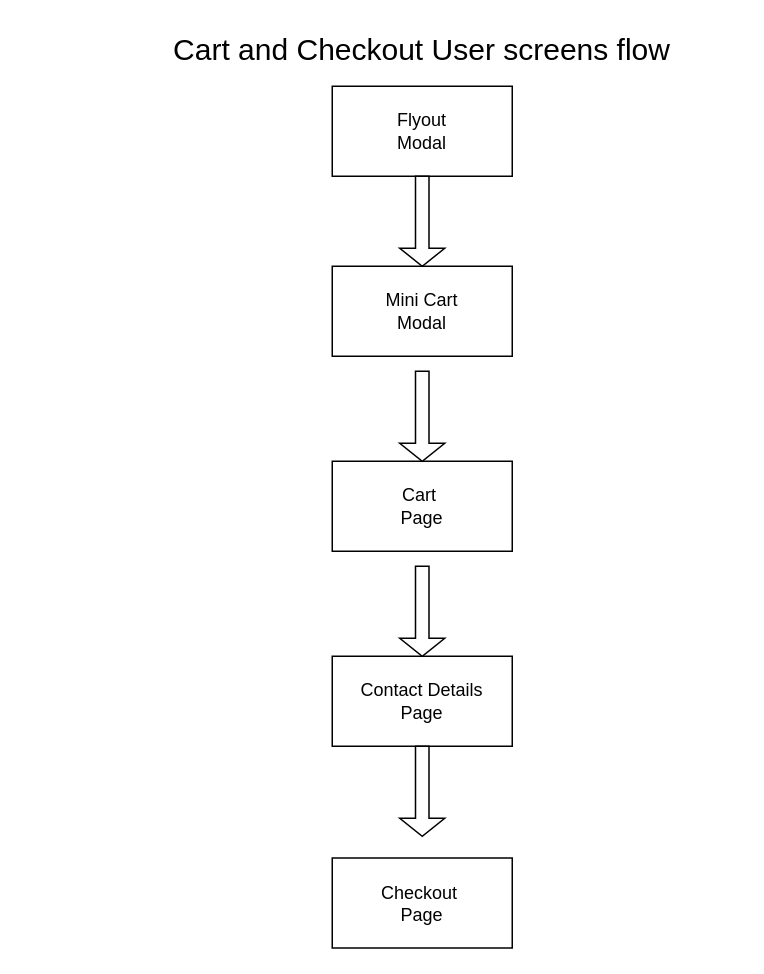
balramsinghindia/architecture-diagrams keeps this draw.io diagram as Untitled Diagram.drawio. Above is the earlier version. Source tidied: cells renumbered, new cells numbered last; positions are measured from the earlier drawing's top-left corner, leaving out a move shared by most shapes. Both pictures are drawn from the tidied source at 150%, with x=0, y=0 at pixel (106, 26).
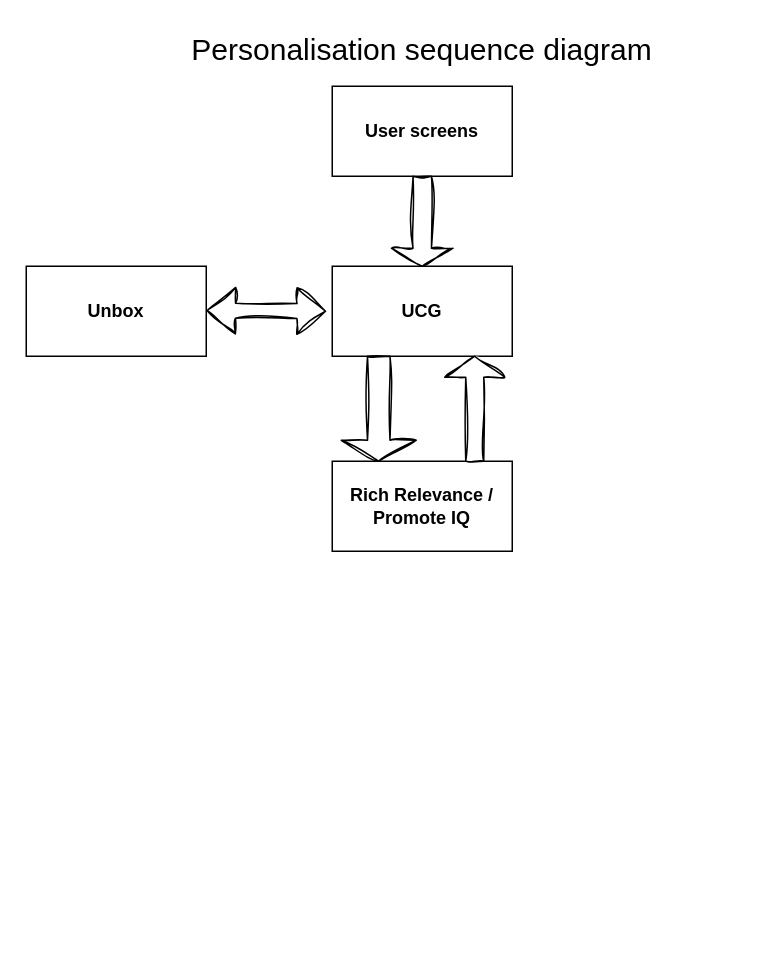
After the change.

What changed in the source:
```diff
@@
 <mxGraphModel>
   <root>
     <mxCell id="0" />
     <mxCell id="1" parent="0" />
-    <mxCell id="2" value="Flyout &lt;br&gt;Modal" style="rounded=0;whiteSpace=wrap;html=1;" parent="1" vertex="1">
+    <mxCell id="2" value="&lt;b&gt;User screens&lt;/b&gt;" style="rounded=0;whiteSpace=wrap;html=1;" parent="1" vertex="1">
       <mxGeometry x="150" y="40" width="120" height="60" as="geometry" />
     </mxCell>
-    <mxCell id="3" value="Mini Cart&lt;br&gt;Modal" style="rounded=0;whiteSpace=wrap;html=1;" parent="1" vertex="1">
+    <mxCell id="3" value="&lt;b&gt;UCG&lt;/b&gt;" style="rounded=0;whiteSpace=wrap;html=1;" parent="1" vertex="1">
       <mxGeometry x="150" y="160" width="120" height="60" as="geometry" />
     </mxCell>
-    <mxCell id="4" value="Cart&amp;nbsp;&lt;br&gt;Page" style="rounded=0;whiteSpace=wrap;html=1;" parent="1" vertex="1">
+    <mxCell id="4" value="&lt;b&gt;Rich Relevance / Promote IQ&lt;/b&gt;" style="rounded=0;whiteSpace=wrap;html=1;" parent="1" vertex="1">
       <mxGeometry x="150" y="290" width="120" height="60" as="geometry" />
     </mxCell>
-    <mxCell id="5" value="Contact Details&lt;br&gt;Page" style="rounded=0;whiteSpace=wrap;html=1;" parent="1" vertex="1">
-      <mxGeometry x="150" y="420" width="120" height="60" as="geometry" />
-    </mxCell>
-    <mxCell id="6" value="Checkout&amp;nbsp;&lt;br&gt;Page" style="rounded=0;whiteSpace=wrap;html=1;" parent="1" vertex="1">
-      <mxGeometry x="150" y="554.5" width="120" height="60" as="geometry" />
-    </mxCell>
-    <mxCell id="7" style="shape=singleArrow;direction=south;whiteSpace=wrap;html=1;" parent="1" vertex="1">
-      <mxGeometry x="195" y="230" width="30" height="60" as="geometry" />
-    </mxCell>
-    <mxCell id="8" style="shape=singleArrow;direction=south;whiteSpace=wrap;html=1;" parent="1" vertex="1">
-      <mxGeometry x="195" y="100" width="30" height="60" as="geometry" />
-    </mxCell>
-    <mxCell id="9" style="shape=singleArrow;direction=south;whiteSpace=wrap;html=1;" parent="1" vertex="1">
-      <mxGeometry x="195" y="360" width="30" height="60" as="geometry" />
-    </mxCell>
-    <mxCell id="10" style="shape=singleArrow;direction=south;whiteSpace=wrap;html=1;" parent="1" vertex="1">
-      <mxGeometry x="195" y="480" width="30" height="60" as="geometry" />
-    </mxCell>
-    <mxCell id="11" value="&lt;font style=&quot;font-size: 20px;&quot;&gt;Cart and Checkout User screens flow&lt;/font&gt;" style="text;html=1;align=center;verticalAlign=middle;whiteSpace=wrap;rounded=0;" parent="1" vertex="1">
+    <mxCell id="11" value="&lt;font style=&quot;font-size: 20px;&quot;&gt;Personalisation sequence diagram&lt;/font&gt;" style="text;html=1;align=center;verticalAlign=middle;whiteSpace=wrap;rounded=0;" parent="1" vertex="1">
       <mxGeometry width="420" height="30" as="geometry" />
     </mxCell>
+    <mxCell id="12" style="shape=singleArrow;direction=north;whiteSpace=wrap;html=1;sketch=1;hachureGap=4;jiggle=2;curveFitting=1;" parent="1" vertex="1">
+      <mxGeometry x="225" y="220" width="40" height="70" as="geometry" />
+    </mxCell>
+    <mxCell id="13" style="shape=singleArrow;direction=south;whiteSpace=wrap;html=1;sketch=1;hachureGap=4;jiggle=2;curveFitting=1;" parent="1" vertex="1">
+      <mxGeometry x="156" y="220" width="50" height="70" as="geometry" />
+    </mxCell>
+    <mxCell id="14" style="shape=singleArrow;direction=south;whiteSpace=wrap;html=1;sketch=1;hachureGap=4;jiggle=2;curveFitting=1;" parent="1" vertex="1">
+      <mxGeometry x="189.5" y="100" width="41" height="60" as="geometry" />
+    </mxCell>
+    <mxCell id="15" value="&lt;b&gt;Unbox&lt;/b&gt;" style="rounded=0;whiteSpace=wrap;html=1;" parent="1" vertex="1">
+      <mxGeometry x="-54" y="160" width="120" height="60" as="geometry" />
+    </mxCell>
+    <mxCell id="16" style="shape=flexArrow;endArrow=classic;startArrow=classic;html=1;rounded=0;sketch=1;hachureGap=4;jiggle=2;curveFitting=1;" parent="1" edge="1">
+      <mxGeometry relative="1" as="geometry">
+        <mxPoint x="66" y="189.5" as="sourcePoint" />
+        <mxPoint x="146" y="190" as="targetPoint" />
+      </mxGeometry>
+    </mxCell>
   </root>
 </mxGraphModel>
```
